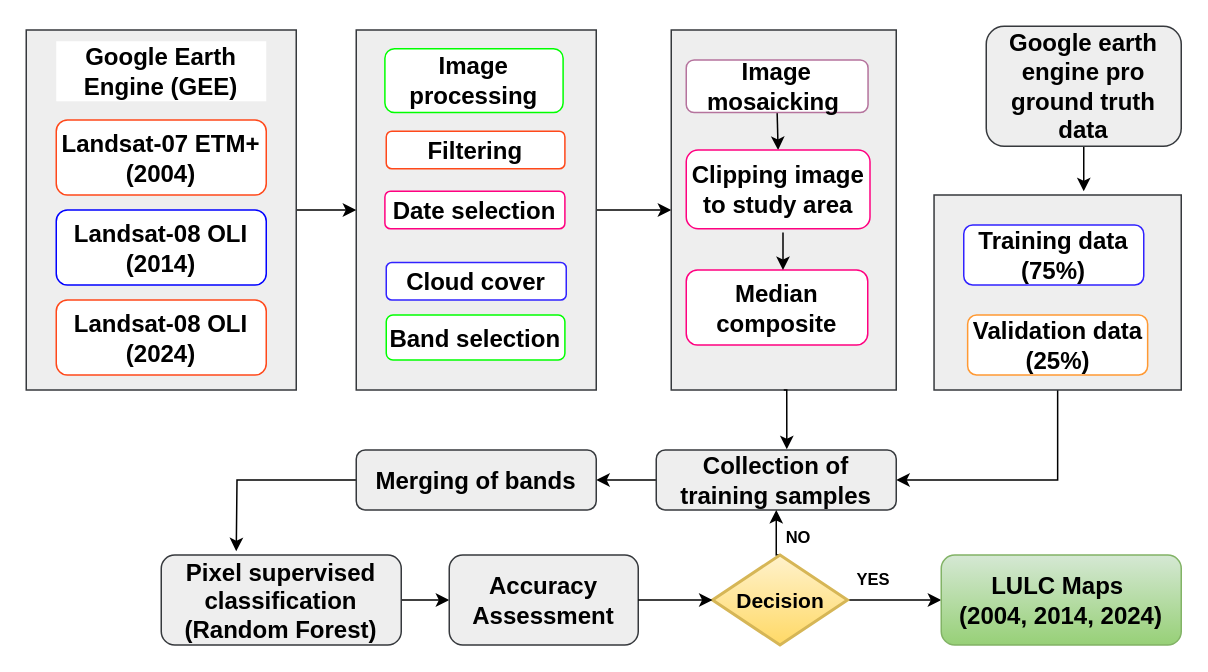
yemioke/PRISMA2020 keeps this draw.io diagram as gee.drawio. Above is the earlier version. Source tidied: cells renumbered, new cells numbered last; positions are measured from the earlier drawing's top-left corner, leaving out a move shared by most shapes. Both pictures are drawn from the tidied source at 150%, with x=0, y=0 at pixel (26, -417).
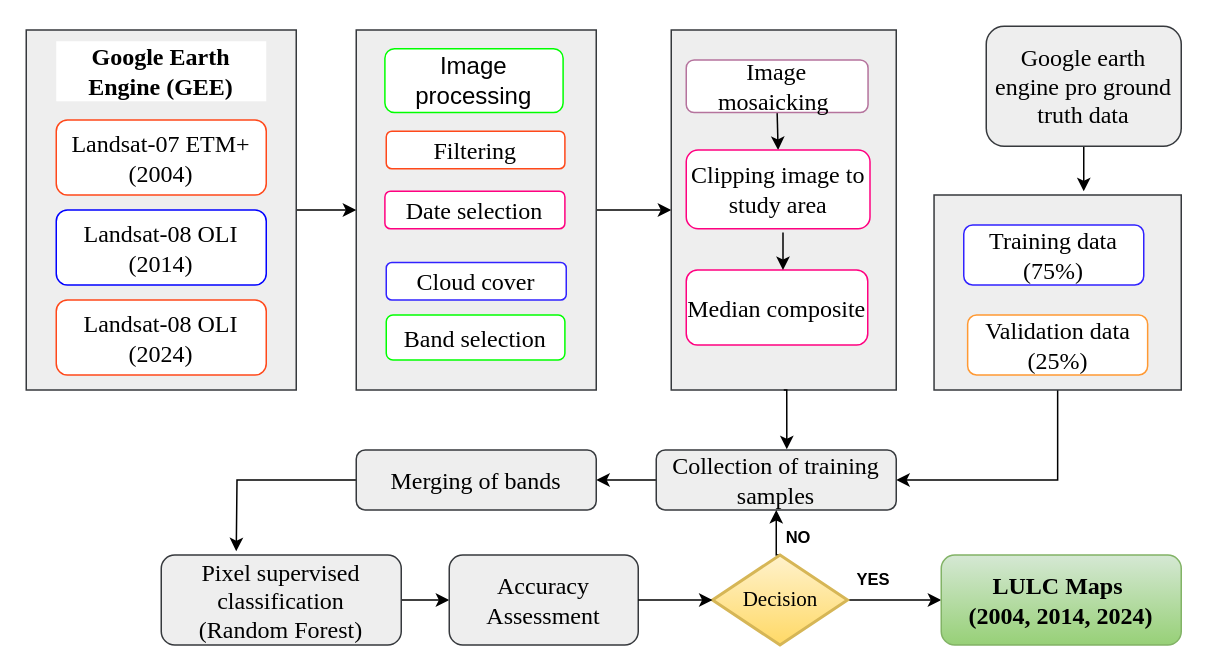
The same page after the edit.

What changed in the source:
```diff
@@
-    <mxCell id="10" value="&lt;b&gt;&lt;font style=&quot;font-size: 16px;&quot;&gt;Landsat-07 ETM+&lt;br&gt;(2004)&lt;/font&gt;&lt;/b&gt;" style="rounded=1;whiteSpace=wrap;html=1;strokeColor=#FF481A;" parent="1" vertex="1">
+    <mxCell id="10" value="&lt;font face=&quot;Times New Roman&quot; style=&quot;font-size: 16px;&quot;&gt;Landsat-07 ETM+&lt;br&gt;(2004)&lt;/font&gt;" style="rounded=1;whiteSpace=wrap;html=1;strokeColor=#FF481A;" parent="1" vertex="1">
       <mxGeometry x="20" y="357.5" width="140" height="50" as="geometry" />
     </mxCell>
-    <mxCell id="11" value="&lt;b&gt;&lt;font style=&quot;font-size: 16px;&quot;&gt;Landsat-08 OLI&lt;br&gt;(2014)&lt;/font&gt;&lt;/b&gt;" style="rounded=1;whiteSpace=wrap;html=1;strokeColor=#0000FF;" parent="1" vertex="1">
+    <mxCell id="11" value="&lt;font face=&quot;Times New Roman&quot; style=&quot;font-size: 16px;&quot;&gt;Landsat-08 OLI&lt;br&gt;(2014)&lt;/font&gt;" style="rounded=1;whiteSpace=wrap;html=1;strokeColor=#0000FF;" parent="1" vertex="1">
       <mxGeometry x="20" y="417.5" width="140" height="50" as="geometry" />
     </mxCell>
-    <mxCell id="12" value="&lt;b&gt;&lt;font style=&quot;font-size: 16px;&quot;&gt;Landsat-08 OLI&lt;br&gt;(2024)&lt;/font&gt;&lt;/b&gt;" style="rounded=1;whiteSpace=wrap;html=1;strokeColor=#FF481A;" parent="1" vertex="1">
+    <mxCell id="12" value="&lt;font face=&quot;Times New Roman&quot; style=&quot;font-size: 16px;&quot;&gt;Landsat-08 OLI&lt;br&gt;(2024)&lt;/font&gt;" style="rounded=1;whiteSpace=wrap;html=1;strokeColor=#FF481A;" parent="1" vertex="1">
       <mxGeometry x="20" y="477.5" width="140" height="50" as="geometry" />
     </mxCell>
@@
-    <mxCell id="14" value="&lt;span style=&quot;font-size: 16px;&quot;&gt;&lt;b&gt;Image mosaicking&amp;nbsp;&lt;/b&gt;&lt;/span&gt;" style="rounded=1;whiteSpace=wrap;html=1;strokeColor=#B5739D;" parent="1" vertex="1">
+    <mxCell id="14" value="&lt;span style=&quot;font-size: 16px;&quot;&gt;&lt;font face=&quot;Times New Roman&quot;&gt;Image mosaicking&amp;nbsp;&lt;/font&gt;&lt;/span&gt;" style="rounded=1;whiteSpace=wrap;html=1;strokeColor=#B5739D;" parent="1" vertex="1">
       <mxGeometry x="440" y="317.5" width="121.2" height="35" as="geometry" />
     </mxCell>
-    <mxCell id="15" value="&lt;span style=&quot;font-size: 16px;&quot;&gt;&lt;b&gt;Clipping image to study area&lt;/b&gt;&lt;/span&gt;" style="rounded=1;whiteSpace=wrap;html=1;strokeColor=#FF0080;" parent="1" vertex="1">
+    <mxCell id="15" value="&lt;span style=&quot;font-size: 16px;&quot;&gt;&lt;font style=&quot;&quot; face=&quot;Times New Roman&quot;&gt;Clipping image to study area&lt;/font&gt;&lt;/span&gt;" style="rounded=1;whiteSpace=wrap;html=1;strokeColor=#FF0080;" parent="1" vertex="1">
       <mxGeometry x="440" y="377.5" width="122.5" height="52.5" as="geometry" />
     </mxCell>
-    <mxCell id="16" value="&lt;span style=&quot;font-size: 16px;&quot;&gt;&lt;b&gt;Median composite&lt;/b&gt;&lt;/span&gt;" style="rounded=1;whiteSpace=wrap;html=1;strokeColor=#FF0080;" parent="1" vertex="1">
+    <mxCell id="16" value="&lt;span style=&quot;font-size: 16px;&quot;&gt;&lt;font face=&quot;Times New Roman&quot;&gt;Median composite&lt;/font&gt;&lt;/span&gt;" style="rounded=1;whiteSpace=wrap;html=1;strokeColor=#FF0080;" parent="1" vertex="1">
       <mxGeometry x="440" y="457.5" width="121" height="50" as="geometry" />
     </mxCell>
@@
-    <mxCell id="18" value="&lt;span style=&quot;font-size: 16px;&quot;&gt;&lt;b&gt;Collection of training samples&lt;/b&gt;&lt;/span&gt;" style="rounded=1;whiteSpace=wrap;html=1;fillColor=#eeeeee;strokeColor=#36393d;" parent="1" vertex="1">
+    <mxCell id="18" value="&lt;span style=&quot;font-size: 16px;&quot;&gt;&lt;font style=&quot;&quot; face=&quot;Times New Roman&quot;&gt;Collection of training samples&lt;/font&gt;&lt;/span&gt;" style="rounded=1;whiteSpace=wrap;html=1;fillColor=#eeeeee;strokeColor=#36393d;" parent="1" vertex="1">
       <mxGeometry x="420" y="577.5" width="160" height="40" as="geometry" />
     </mxCell>
@@
-    <mxCell id="20" value="&lt;span style=&quot;font-size: 16px;&quot;&gt;&lt;b&gt;Merging of bands&lt;/b&gt;&lt;/span&gt;" style="rounded=1;whiteSpace=wrap;html=1;fillColor=#eeeeee;strokeColor=#36393d;" parent="1" vertex="1">
+    <mxCell id="20" value="&lt;span style=&quot;font-size: 16px;&quot;&gt;&lt;font face=&quot;Times New Roman&quot;&gt;Merging of bands&lt;/font&gt;&lt;/span&gt;" style="rounded=1;whiteSpace=wrap;html=1;fillColor=#eeeeee;strokeColor=#36393d;" parent="1" vertex="1">
       <mxGeometry x="220" y="577.5" width="160" height="40" as="geometry" />
     </mxCell>
@@
-    <mxCell id="22" value="&lt;span style=&quot;font-size: 16px;&quot;&gt;&lt;b&gt;Pixel supervised classification&lt;/b&gt;&lt;/span&gt;&lt;div&gt;&lt;span style=&quot;font-size: 16px;&quot;&gt;&lt;b&gt;(Random Forest)&lt;/b&gt;&lt;/span&gt;&lt;/div&gt;" style="rounded=1;whiteSpace=wrap;html=1;fillColor=#eeeeee;strokeColor=#36393d;" parent="1" vertex="1">
+    <mxCell id="22" value="&lt;span style=&quot;font-size: 16px;&quot;&gt;&lt;font face=&quot;Times New Roman&quot;&gt;Pixel supervised classification&lt;/font&gt;&lt;/span&gt;&lt;div&gt;&lt;span style=&quot;font-size: 16px;&quot;&gt;&lt;font face=&quot;Times New Roman&quot;&gt;(Random Forest)&lt;/font&gt;&lt;/span&gt;&lt;/div&gt;" style="rounded=1;whiteSpace=wrap;html=1;fillColor=#eeeeee;strokeColor=#36393d;" parent="1" vertex="1">
       <mxGeometry x="90" y="647.5" width="160" height="60" as="geometry" />
     </mxCell>
@@
-    <mxCell id="24" value="&lt;span style=&quot;font-size: 16px;&quot;&gt;&lt;b&gt;Google earth engine pro ground truth data&lt;/b&gt;&lt;/span&gt;" style="rounded=1;whiteSpace=wrap;html=1;rotation=0;fillColor=#eeeeee;strokeColor=#36393d;" parent="1" vertex="1">
+    <mxCell id="24" value="&lt;span style=&quot;font-size: 16px;&quot;&gt;&lt;font face=&quot;Times New Roman&quot;&gt;Google earth engine pro ground truth data&lt;/font&gt;&lt;/span&gt;" style="rounded=1;whiteSpace=wrap;html=1;rotation=0;fillColor=#eeeeee;strokeColor=#36393d;" parent="1" vertex="1">
       <mxGeometry x="640" y="295" width="130" height="80" as="geometry" />
     </mxCell>
-    <mxCell id="25" value="&lt;span style=&quot;font-size: 16px;&quot;&gt;&lt;b&gt;Accuracy Assessment&lt;/b&gt;&lt;/span&gt;" style="rounded=1;whiteSpace=wrap;html=1;fillColor=#eeeeee;strokeColor=#36393d;" parent="1" vertex="1">
+    <mxCell id="25" value="&lt;span style=&quot;font-size: 16px;&quot;&gt;&lt;font face=&quot;Times New Roman&quot;&gt;Accuracy Assessment&lt;/font&gt;&lt;/span&gt;" style="rounded=1;whiteSpace=wrap;html=1;fillColor=#eeeeee;strokeColor=#36393d;" parent="1" vertex="1">
       <mxGeometry x="282" y="647.5" width="126" height="60" as="geometry" />
     </mxCell>
-    <mxCell id="26" value="&lt;span style=&quot;font-size: 16px;&quot;&gt;&lt;b&gt;Training data (75%)&lt;/b&gt;&lt;/span&gt;" style="rounded=1;whiteSpace=wrap;html=1;strokeColor=#3122FF;" parent="1" vertex="1">
+    <mxCell id="26" value="&lt;span style=&quot;font-size: 16px;&quot;&gt;&lt;font face=&quot;Times New Roman&quot;&gt;Training data (75%)&lt;/font&gt;&lt;/span&gt;" style="rounded=1;whiteSpace=wrap;html=1;strokeColor=#3122FF;" parent="1" vertex="1">
       <mxGeometry x="625" y="427.5" width="120" height="40" as="geometry" />
     </mxCell>
-    <mxCell id="27" value="&lt;span style=&quot;font-size: 16px;&quot;&gt;&lt;b&gt;Validation data (25%)&lt;/b&gt;&lt;/span&gt;" style="rounded=1;whiteSpace=wrap;html=1;glass=0;strokeColor=#FF9933;" parent="1" vertex="1">
+    <mxCell id="27" value="&lt;span style=&quot;font-size: 16px;&quot;&gt;&lt;font face=&quot;Times New Roman&quot;&gt;Validation data (25%)&lt;/font&gt;&lt;/span&gt;" style="rounded=1;whiteSpace=wrap;html=1;glass=0;strokeColor=#FF9933;" parent="1" vertex="1">
       <mxGeometry x="627.6" y="487.5" width="120" height="40" as="geometry" />
     </mxCell>
@@
-    <mxCell id="30" value="&lt;b&gt;&lt;font style=&quot;font-size: 14px;&quot;&gt;Decision&lt;/font&gt;&lt;/b&gt;" style="strokeWidth=2;html=1;shape=mxgraph.flowchart.decision;whiteSpace=wrap;fillColor=#fff2cc;strokeColor=#d6b656;gradientColor=#ffd966;" parent="1" vertex="1">
+    <mxCell id="30" value="&lt;font face=&quot;Times New Roman&quot; style=&quot;font-size: 14px;&quot;&gt;Decision&lt;/font&gt;" style="strokeWidth=2;html=1;shape=mxgraph.flowchart.decision;whiteSpace=wrap;fillColor=#fff2cc;strokeColor=#d6b656;gradientColor=#ffd966;" parent="1" vertex="1">
       <mxGeometry x="457.5" y="647.5" width="90" height="60" as="geometry" />
     </mxCell>
-    <mxCell id="31" value="&lt;span style=&quot;font-size: 16px;&quot;&gt;&lt;b&gt;LULC Maps&amp;nbsp;&lt;/b&gt;&lt;/span&gt;&lt;div&gt;&lt;span style=&quot;font-size: 16px;&quot;&gt;&lt;b&gt;(2004, 2014, 2024)&lt;/b&gt;&lt;/span&gt;&lt;/div&gt;" style="rounded=1;whiteSpace=wrap;html=1;fillColor=#d5e8d4;strokeColor=#82b366;gradientColor=#97d077;" parent="1" vertex="1">
+    <mxCell id="31" value="&lt;span style=&quot;font-size: 16px;&quot;&gt;&lt;font face=&quot;Times New Roman&quot;&gt;&lt;b&gt;LULC Maps&amp;nbsp;&lt;/b&gt;&lt;/font&gt;&lt;/span&gt;&lt;div&gt;&lt;span style=&quot;font-size: 16px;&quot;&gt;&lt;font face=&quot;Times New Roman&quot;&gt;&lt;b&gt;(2004, 2014, 2024)&lt;/b&gt;&lt;/font&gt;&lt;/span&gt;&lt;/div&gt;" style="rounded=1;whiteSpace=wrap;html=1;fillColor=#d5e8d4;strokeColor=#82b366;gradientColor=#97d077;" parent="1" vertex="1">
       <mxGeometry x="610" y="647.5" width="160" height="60" as="geometry" />
     </mxCell>
-    <mxCell id="32" value="&lt;span style=&quot;font-size: 16px;&quot;&gt;&lt;b&gt;Image processing&lt;/b&gt;&lt;/span&gt;" style="rounded=1;whiteSpace=wrap;html=1;strokeColor=#00FF00;" parent="1" vertex="1">
+    <mxCell id="32" value="&lt;span style=&quot;font-size: 16px;&quot;&gt;Image processing&lt;/span&gt;" style="rounded=1;whiteSpace=wrap;html=1;strokeColor=#00FF00;" parent="1" vertex="1">
       <mxGeometry x="239.1" y="310" width="118.8" height="42.5" as="geometry" />
     </mxCell>
-    <mxCell id="33" value="&lt;span style=&quot;font-size: 16px;&quot;&gt;&lt;b&gt;Filtering&lt;/b&gt;&lt;/span&gt;" style="rounded=1;whiteSpace=wrap;html=1;strokeColor=#FF481A;" parent="1" vertex="1">
+    <mxCell id="33" value="&lt;span style=&quot;font-size: 16px;&quot;&gt;&lt;font style=&quot;&quot; face=&quot;Times New Roman&quot;&gt;Filtering&lt;/font&gt;&lt;/span&gt;" style="rounded=1;whiteSpace=wrap;html=1;strokeColor=#FF481A;" parent="1" vertex="1">
       <mxGeometry x="240" y="365" width="119.1" height="25" as="geometry" />
     </mxCell>
-    <mxCell id="34" value="&lt;span style=&quot;font-size: 16px;&quot;&gt;&lt;b&gt;Date selection&lt;/b&gt;&lt;/span&gt;" style="rounded=1;whiteSpace=wrap;html=1;strokeColor=#FF0080;" parent="1" vertex="1">
+    <mxCell id="34" value="&lt;span style=&quot;font-size: 16px;&quot;&gt;&lt;font style=&quot;&quot; face=&quot;Times New Roman&quot;&gt;Date selection&lt;/font&gt;&lt;/span&gt;" style="rounded=1;whiteSpace=wrap;html=1;strokeColor=#FF0080;" parent="1" vertex="1">
       <mxGeometry x="239.1" y="405" width="120" height="25" as="geometry" />
     </mxCell>
-    <mxCell id="35" value="&lt;span style=&quot;font-size: 16px;&quot;&gt;&lt;b&gt;Cloud cover&lt;/b&gt;&lt;/span&gt;" style="rounded=1;whiteSpace=wrap;html=1;strokeColor=#3122FF;" parent="1" vertex="1">
+    <mxCell id="35" value="&lt;span style=&quot;font-size: 16px;&quot;&gt;&lt;font style=&quot;&quot; face=&quot;Times New Roman&quot;&gt;Cloud cover&lt;/font&gt;&lt;/span&gt;" style="rounded=1;whiteSpace=wrap;html=1;strokeColor=#3122FF;" parent="1" vertex="1">
       <mxGeometry x="240" y="452.5" width="120" height="25" as="geometry" />
     </mxCell>
-    <mxCell id="36" value="&lt;span style=&quot;font-size: 16px;&quot;&gt;&lt;b&gt;Band selection&lt;/b&gt;&lt;/span&gt;" style="rounded=1;whiteSpace=wrap;html=1;strokeColor=#00FF00;" parent="1" vertex="1">
+    <mxCell id="36" value="&lt;span style=&quot;font-size: 16px;&quot;&gt;&lt;font face=&quot;Times New Roman&quot;&gt;Band selection&lt;/font&gt;&lt;/span&gt;" style="rounded=1;whiteSpace=wrap;html=1;strokeColor=#00FF00;" parent="1" vertex="1">
       <mxGeometry x="240" y="487.5" width="119.1" height="30" as="geometry" />
     </mxCell>
-    <mxCell id="37" value="&lt;b&gt;&lt;font style=&quot;font-size: 16px;&quot;&gt;Google Earth Engine (GEE)&lt;/font&gt;&lt;/b&gt;" style="rounded=0;whiteSpace=wrap;html=1;strokeColor=none;" parent="1" vertex="1">
+    <mxCell id="37" value="&lt;font face=&quot;Times New Roman&quot; style=&quot;font-size: 16px;&quot;&gt;&lt;b&gt;Google Earth Engine (GEE)&lt;/b&gt;&lt;/font&gt;" style="rounded=0;whiteSpace=wrap;html=1;strokeColor=none;" parent="1" vertex="1">
       <mxGeometry x="20" y="305" width="140" height="40" as="geometry" />
     </mxCell>
```
